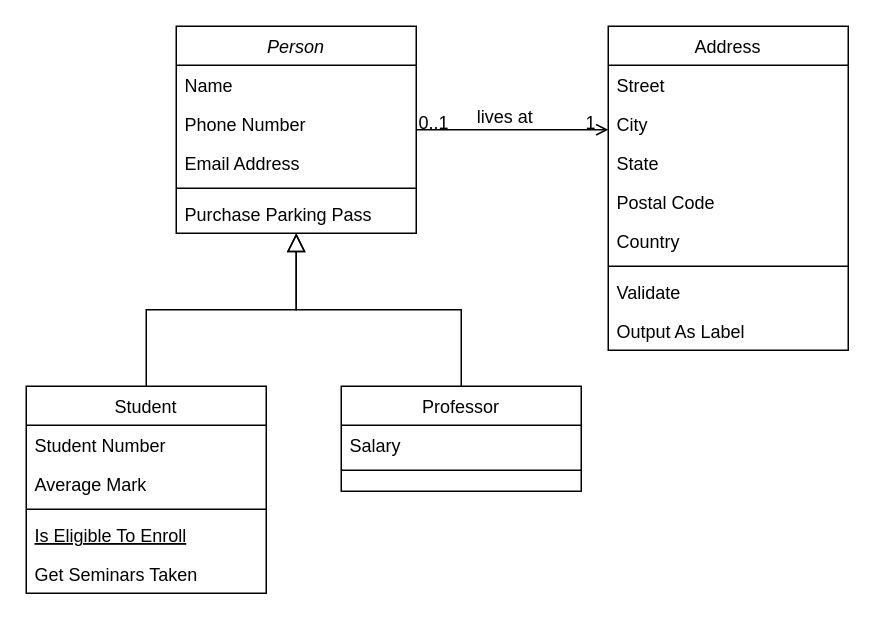
The draw.io diagram 未命名绘图.drawio in Anthony-Augustus/project-based-learning, before the edit. Source tidied: cells renumbered, new cells numbered last; positions are measured from the earlier drawing's top-left corner, leaving out a move shared by most shapes. Both pictures are drawn from the tidied source at 150%, with x=0, y=0 at pixel (26, 26).
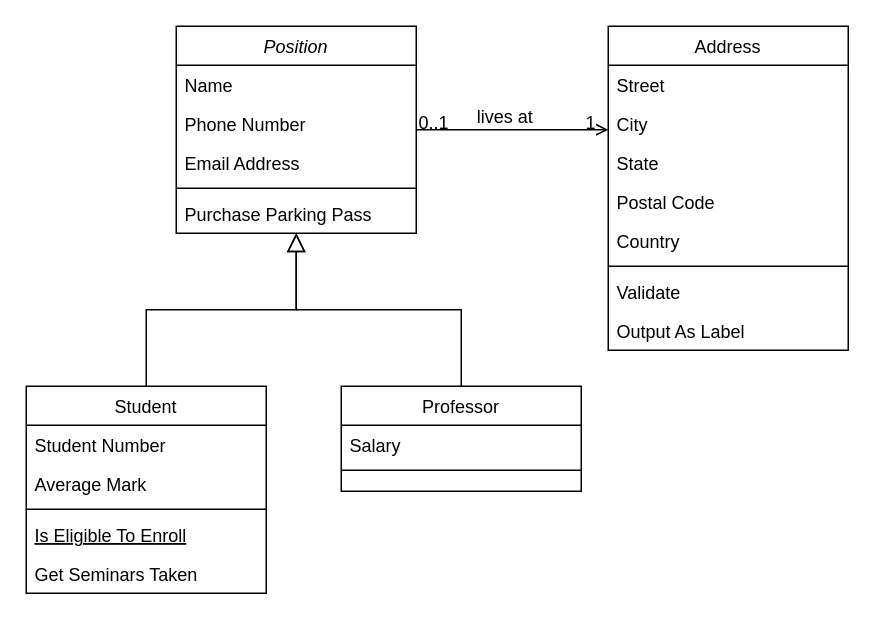
The same page after the edit.

What changed in the source:
```diff
@@
-    <mxCell id="2" value="Person" style="swimlane;fontStyle=2;align=center;verticalAlign=top;horizontal=1;startSize=26;rounded=0;shadow=0;strokeWidth=1;" parent="1" vertex="1">
+    <mxCell id="2" value="Position" style="swimlane;fontStyle=2;align=center;verticalAlign=top;horizontal=1;startSize=26;rounded=0;shadow=0;strokeWidth=1;" parent="1" vertex="1">
       <mxGeometry x="100" width="160" height="138" as="geometry" />
     </mxCell>
```
